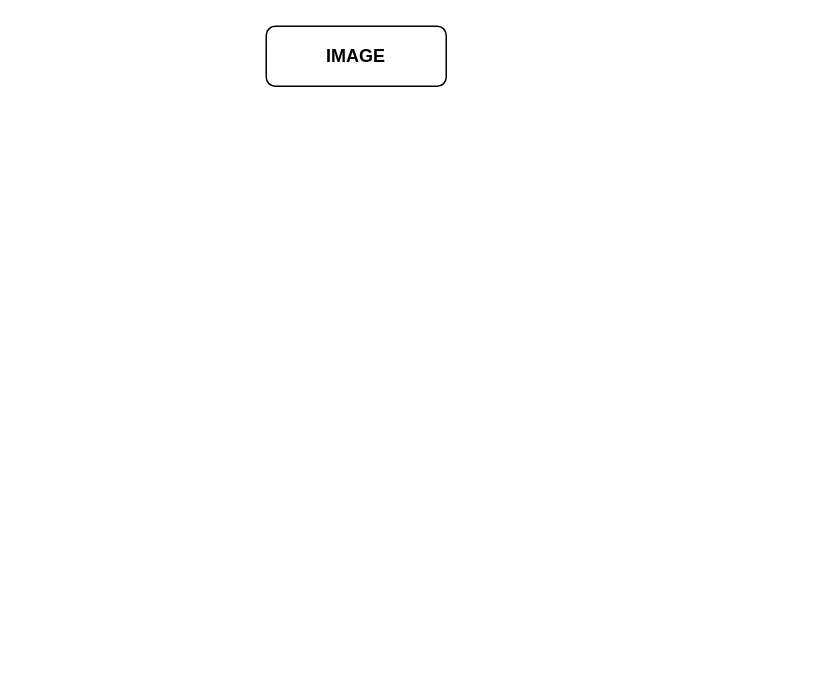
Earlier version of the draw.io diagram Picture-Mood-Playlist.drawio (kuk1song/Picture-Mood-Playlist_Transfered). Source tidied: cells renumbered, new cells numbered last; positions are measured from the earlier drawing's top-left corner, leaving out a move shared by most shapes. Both pictures are drawn from the tidied source at 150%, with x=0, y=0 at pixel (266, 26).
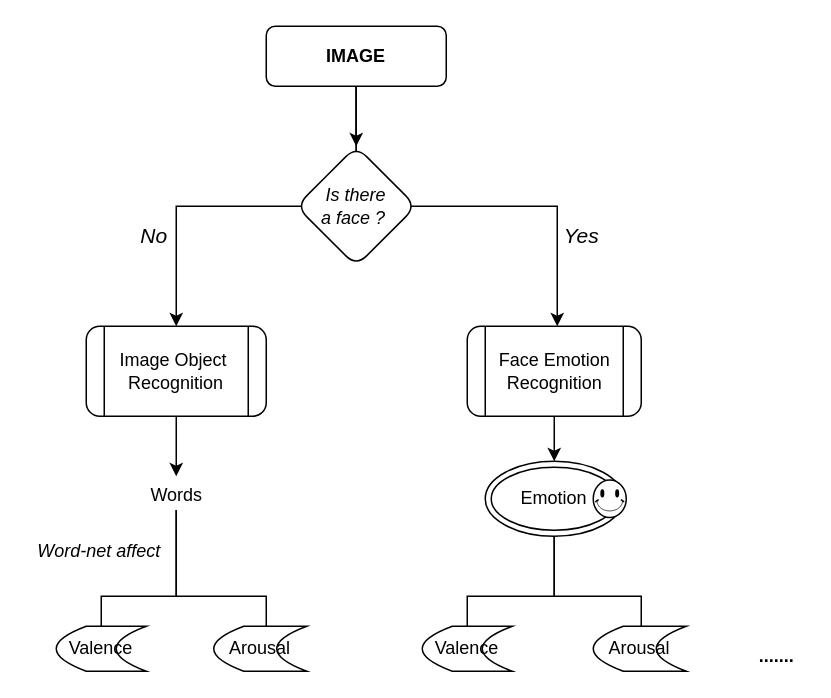
Above is the later version.

Unchanged cells that the change refers to:
```xml
<mxCell id="2" value="&lt;b&gt;IMAGE&lt;/b&gt;" style="rounded=1;whiteSpace=wrap;html=1;" parent="1" vertex="1">
  <mxGeometry width="120" height="40" as="geometry" />
</mxCell>
```

What changed in the source:
```diff
@@
+    <mxCell id="3" style="edgeStyle=orthogonalEdgeStyle;rounded=0;jettySize=auto;html=1;entryX=0.5;entryY=0;entryDx=0;entryDy=0;" parent="1" edge="1" source="2" target="7">
+      <mxGeometry relative="1" as="geometry">
+        <Array as="points">
+          <mxPoint x="60" y="120" />
+          <mxPoint x="-60" y="120" />
+        </Array>
+      </mxGeometry>
+    </mxCell>
+    <mxCell id="4" style="edgeStyle=orthogonalEdgeStyle;rounded=0;jettySize=auto;html=1;" parent="1" edge="1" source="2" target="9">
+      <mxGeometry relative="1" as="geometry">
+        <Array as="points">
+          <mxPoint x="60" y="120" />
+          <mxPoint x="194" y="120" />
+        </Array>
+      </mxGeometry>
+    </mxCell>
+    <mxCell id="5" style="edgeStyle=orthogonalEdgeStyle;rounded=0;jettySize=auto;html=1;" parent="1" edge="1" source="2" target="10">
+      <mxGeometry relative="1" as="geometry" />
+    </mxCell>
@@
+    <mxCell id="6" style="edgeStyle=orthogonalEdgeStyle;rounded=0;jettySize=auto;html=1;" parent="1" edge="1" source="7">
+      <mxGeometry relative="1" as="geometry">
+        <mxPoint x="-60" y="300" as="targetPoint" />
+      </mxGeometry>
+    </mxCell>
+    <mxCell id="7" value="&lt;span&gt;Image Object&amp;nbsp;&lt;/span&gt;&lt;br&gt;&lt;span&gt;Recognition&lt;/span&gt;" style="shape=process;whiteSpace=wrap;html=1;backgroundOutline=1;rounded=1;" parent="1" vertex="1">
+      <mxGeometry x="-120" y="200" width="120" height="60" as="geometry" />
+    </mxCell>
+    <mxCell id="8" style="edgeStyle=orthogonalEdgeStyle;rounded=0;jettySize=auto;html=1;exitX=0.5;exitY=1;exitDx=0;exitDy=0;entryX=0.5;entryY=0;entryDx=0;entryDy=0;" parent="1" edge="1" source="9" target="15">
+      <mxGeometry relative="1" as="geometry" />
+    </mxCell>
+    <mxCell id="9" value="&lt;span&gt;Face Emotion Recognition&lt;/span&gt;" style="shape=process;whiteSpace=wrap;html=1;backgroundOutline=1;rounded=1;" parent="1" vertex="1">
+      <mxGeometry x="134" y="200" width="116" height="60" as="geometry" />
+    </mxCell>
+    <mxCell id="10" value="&lt;i&gt;Is there &lt;br&gt;a face ?&amp;nbsp;&lt;/i&gt;" style="rhombus;whiteSpace=wrap;html=1;rounded=1;" parent="1" vertex="1">
+      <mxGeometry x="20" y="80" width="80" height="80" as="geometry" />
+    </mxCell>
+    <mxCell id="11" value="&lt;i&gt;&lt;font style=&quot;font-size: 14px&quot;&gt;Yes&lt;/font&gt;&lt;/i&gt;" style="text;html=1;align=center;verticalAlign=middle;" parent="1" vertex="1">
+      <mxGeometry x="190" y="130" width="40" height="20" as="geometry" />
+    </mxCell>
+    <mxCell id="12" value="&lt;i&gt;&lt;font style=&quot;font-size: 14px&quot;&gt;No&lt;/font&gt;&lt;/i&gt;" style="text;html=1;align=center;verticalAlign=middle;" parent="1" vertex="1">
+      <mxGeometry x="-90" y="130" width="30" height="20" as="geometry" />
+    </mxCell>
+    <mxCell id="13" style="edgeStyle=orthogonalEdgeStyle;rounded=0;jettySize=auto;html=1;entryX=0.5;entryY=0.667;entryDx=0;entryDy=0;entryPerimeter=0;" parent="1" edge="1" source="15" target="17">
+      <mxGeometry relative="1" as="geometry">
+        <Array as="points">
+          <mxPoint x="192" y="380" />
+          <mxPoint x="134" y="380" />
+        </Array>
+      </mxGeometry>
+    </mxCell>
+    <mxCell id="14" style="edgeStyle=orthogonalEdgeStyle;rounded=0;jettySize=auto;html=1;entryX=0.516;entryY=0.667;entryDx=0;entryDy=0;entryPerimeter=0;" parent="1" edge="1" source="15" target="18">
+      <mxGeometry relative="1" as="geometry">
+        <Array as="points">
+          <mxPoint x="192" y="380" />
+          <mxPoint x="250" y="380" />
+        </Array>
+      </mxGeometry>
+    </mxCell>
+    <mxCell id="15" value="Emotion" style="ellipse;shape=doubleEllipse;whiteSpace=wrap;html=1;" parent="1" vertex="1">
+      <mxGeometry x="146" y="290" width="92" height="50" as="geometry" />
+    </mxCell>
+    <mxCell id="16" style="verticalLabelPosition=bottom;verticalAlign=top;html=1;shape=mxgraph.basic.smiley;" parent="1" vertex="1">
+      <mxGeometry x="218" y="302.5" width="22" height="25" as="geometry" />
+    </mxCell>
+    <mxCell id="17" value="&lt;span&gt;Valence&lt;/span&gt;" style="shape=dataStorage;whiteSpace=wrap;html=1;fixedSize=1;" parent="1" vertex="1">
+      <mxGeometry x="104" y="400" width="60" height="30" as="geometry" />
+    </mxCell>
+    <mxCell id="18" value="Arousal" style="shape=dataStorage;whiteSpace=wrap;html=1;fixedSize=1;" parent="1" vertex="1">
+      <mxGeometry x="218" y="400" width="62" height="30" as="geometry" />
+    </mxCell>
+    <mxCell id="19" value="&lt;b&gt;.......&lt;/b&gt;" style="text;html=1;align=center;verticalAlign=middle;" parent="1" vertex="1">
+      <mxGeometry x="320" y="410" width="40" height="20" as="geometry" />
+    </mxCell>
+    <mxCell id="20" style="edgeStyle=orthogonalEdgeStyle;rounded=0;jettySize=auto;html=1;entryX=0.5;entryY=0.667;entryDx=0;entryDy=0;entryPerimeter=0;" parent="1" edge="1" source="22" target="23">
+      <mxGeometry relative="1" as="geometry">
+        <Array as="points">
+          <mxPoint x="-60" y="380" />
+          <mxPoint x="-110" y="380" />
+        </Array>
+      </mxGeometry>
+    </mxCell>
+    <mxCell id="21" style="edgeStyle=orthogonalEdgeStyle;rounded=0;jettySize=auto;html=1;entryX=0.565;entryY=0.667;entryDx=0;entryDy=0;entryPerimeter=0;" parent="1" edge="1" source="22" target="24">
+      <mxGeometry relative="1" as="geometry">
+        <Array as="points">
+          <mxPoint x="-60" y="380" />
+          <mxPoint y="380" />
+        </Array>
+      </mxGeometry>
+    </mxCell>
+    <mxCell id="22" value="Words" style="text;html=1;align=center;verticalAlign=middle;points=[];" parent="1" vertex="1">
+      <mxGeometry x="-85" y="302.5" width="50" height="20" as="geometry" />
+    </mxCell>
+    <mxCell id="23" value="&lt;span&gt;Valence&lt;/span&gt;" style="shape=dataStorage;whiteSpace=wrap;html=1;fixedSize=1;" parent="1" vertex="1">
+      <mxGeometry x="-140" y="400" width="60" height="30" as="geometry" />
+    </mxCell>
+    <mxCell id="24" value="Arousal" style="shape=dataStorage;whiteSpace=wrap;html=1;fixedSize=1;" parent="1" vertex="1">
+      <mxGeometry x="-35" y="400" width="62" height="30" as="geometry" />
+    </mxCell>
+    <mxCell id="25" value="&lt;i&gt;Word-net affect&amp;nbsp;&lt;/i&gt;" style="text;html=1;align=center;verticalAlign=middle;" parent="1" vertex="1">
+      <mxGeometry x="-160" y="340" width="100" height="20" as="geometry" />
+    </mxCell>
```
